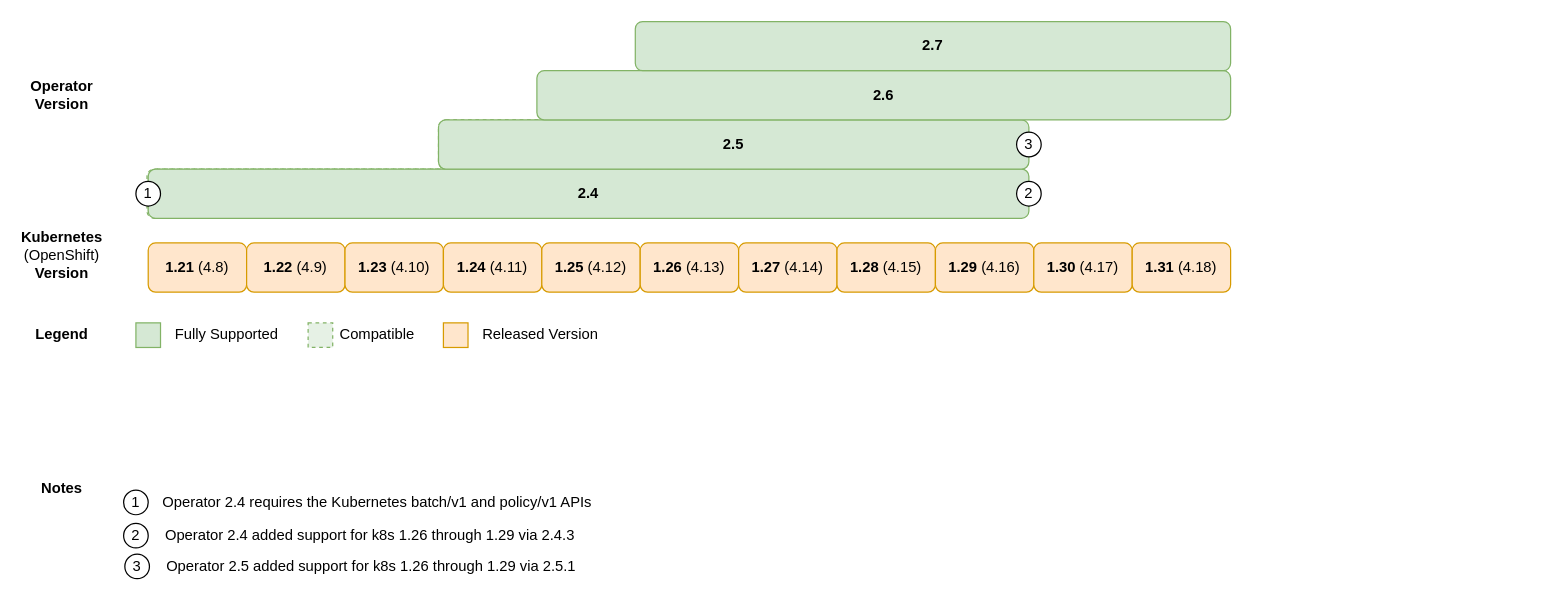
This is page "Compat Kuberentes" (1 of 3) of drawio-charts/k8s-compat.drawio from couchbase/docs-operator, a draw.io file, before an edit. Source tidied: cells renumbered, new cells numbered last; positions are measured from the earlier drawing's top-left corner, leaving out a move shared by most shapes. Both pictures are drawn from the tidied source at 123%, with x=0, y=0 at pixel (25, 21).
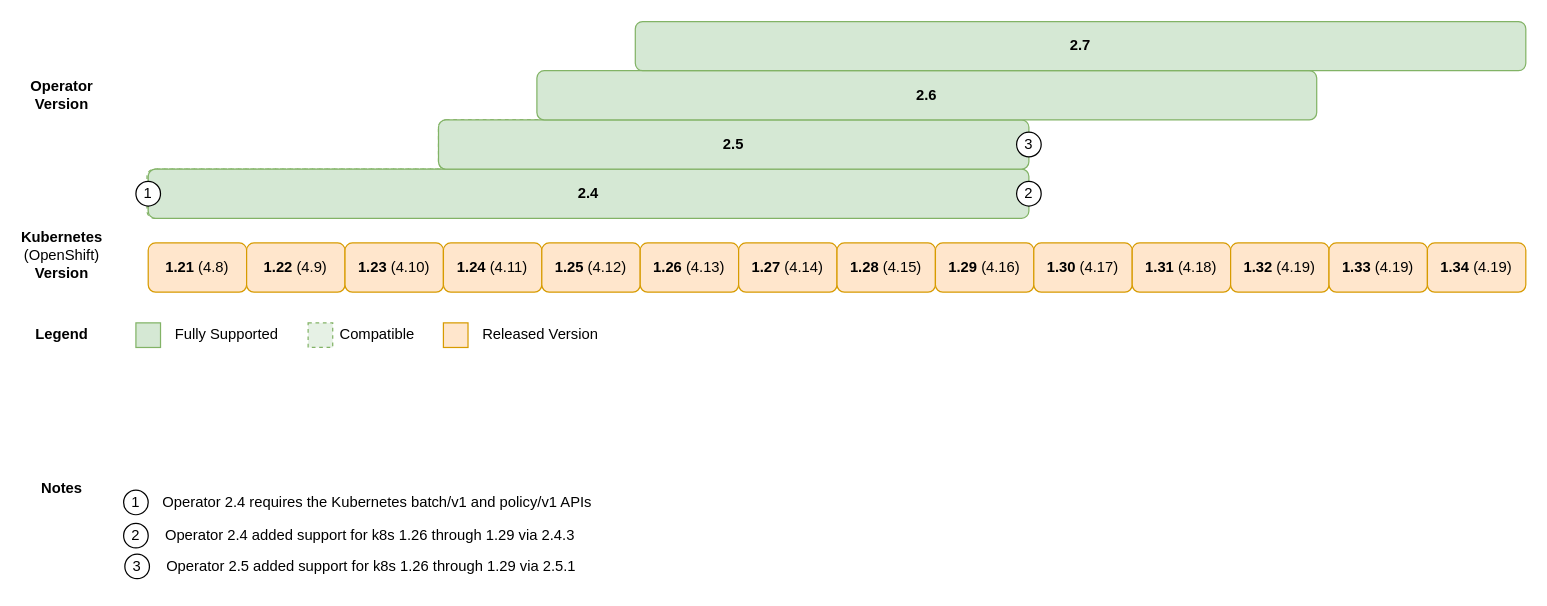
The same page after the edit.

Diff of the diagram source:
```diff
@@
     <mxCell id="28" value="&lt;b&gt;2.6&lt;/b&gt;" style="rounded=1;whiteSpace=wrap;html=1;fillColor=#d5e8d4;strokeColor=#82b366;" parent="1" vertex="1">
-      <mxGeometry x="416" y="40" width="564" height="40" as="geometry" />
+      <mxGeometry x="416" y="40" width="634" height="40" as="geometry" />
     </mxCell>
@@
     <mxCell id="34" value="&lt;b&gt;2.7&lt;/b&gt;" style="rounded=1;whiteSpace=wrap;html=1;fillColor=#d5e8d4;strokeColor=#82b366;" parent="1" vertex="1">
-      <mxGeometry x="496" width="484" height="40" as="geometry" />
+      <mxGeometry x="496" width="724" height="40" as="geometry" />
     </mxCell>
@@
+    <mxCell id="39" value="&lt;b&gt;1.32&lt;/b&gt;&amp;nbsp;(4.19)" style="rounded=1;whiteSpace=wrap;html=1;fillColor=#ffe6cc;strokeColor=#d79b00;" parent="1" vertex="1">
+      <mxGeometry x="980" y="180" width="80" height="40" as="geometry" />
+    </mxCell>
+    <mxCell id="40" value="&lt;b&gt;1.33&lt;/b&gt;&amp;nbsp;(4.19)" style="rounded=1;whiteSpace=wrap;html=1;fillColor=#ffe6cc;strokeColor=#d79b00;" parent="1" vertex="1">
+      <mxGeometry x="1060" y="180" width="80" height="40" as="geometry" />
+    </mxCell>
+    <mxCell id="41" value="&lt;b&gt;1.34&amp;nbsp;&lt;/b&gt;(4.19&lt;span style=&quot;background-color: transparent; color: light-dark(rgb(0, 0, 0), rgb(255, 255, 255));&quot;&gt;)&lt;/span&gt;" style="rounded=1;whiteSpace=wrap;html=1;fillColor=#ffe6cc;strokeColor=#d79b00;" parent="1" vertex="1">
+      <mxGeometry x="1140" y="180" width="80" height="40" as="geometry" />
+    </mxCell>
```
